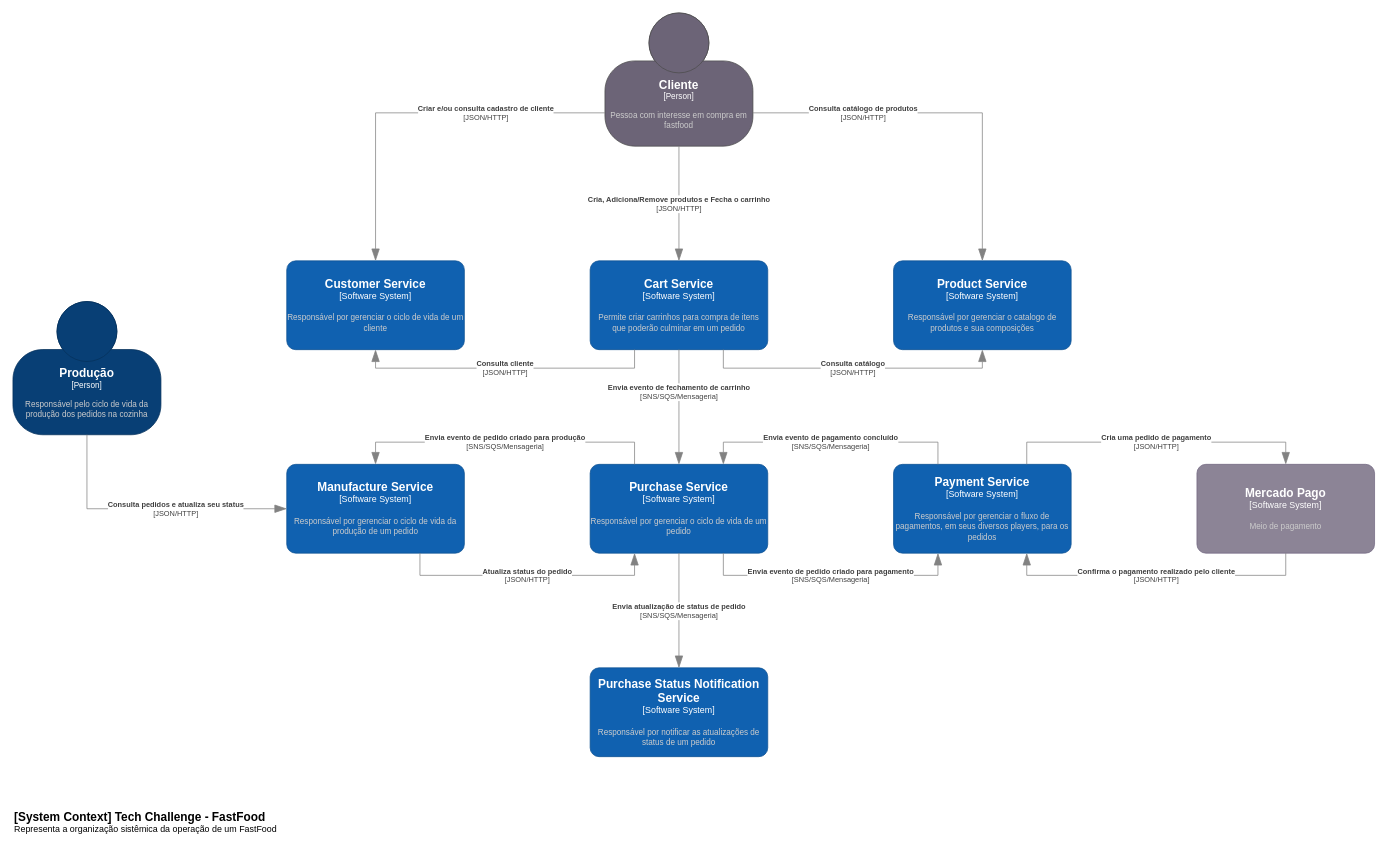
This is page "microservices-c1_saga" (10 of 23) of documentation/tech-challenge-architecture.drawio from fiap-postech/tech-chalenge, a draw.io file, before an edit. Source tidied: cells renumbered, new cells numbered last; positions are measured from the earlier drawing's top-left corner, leaving out a move shared by most shapes. Both pictures are drawn from the tidied source at 74%, with x=0, y=0 at pixel (13, 13).
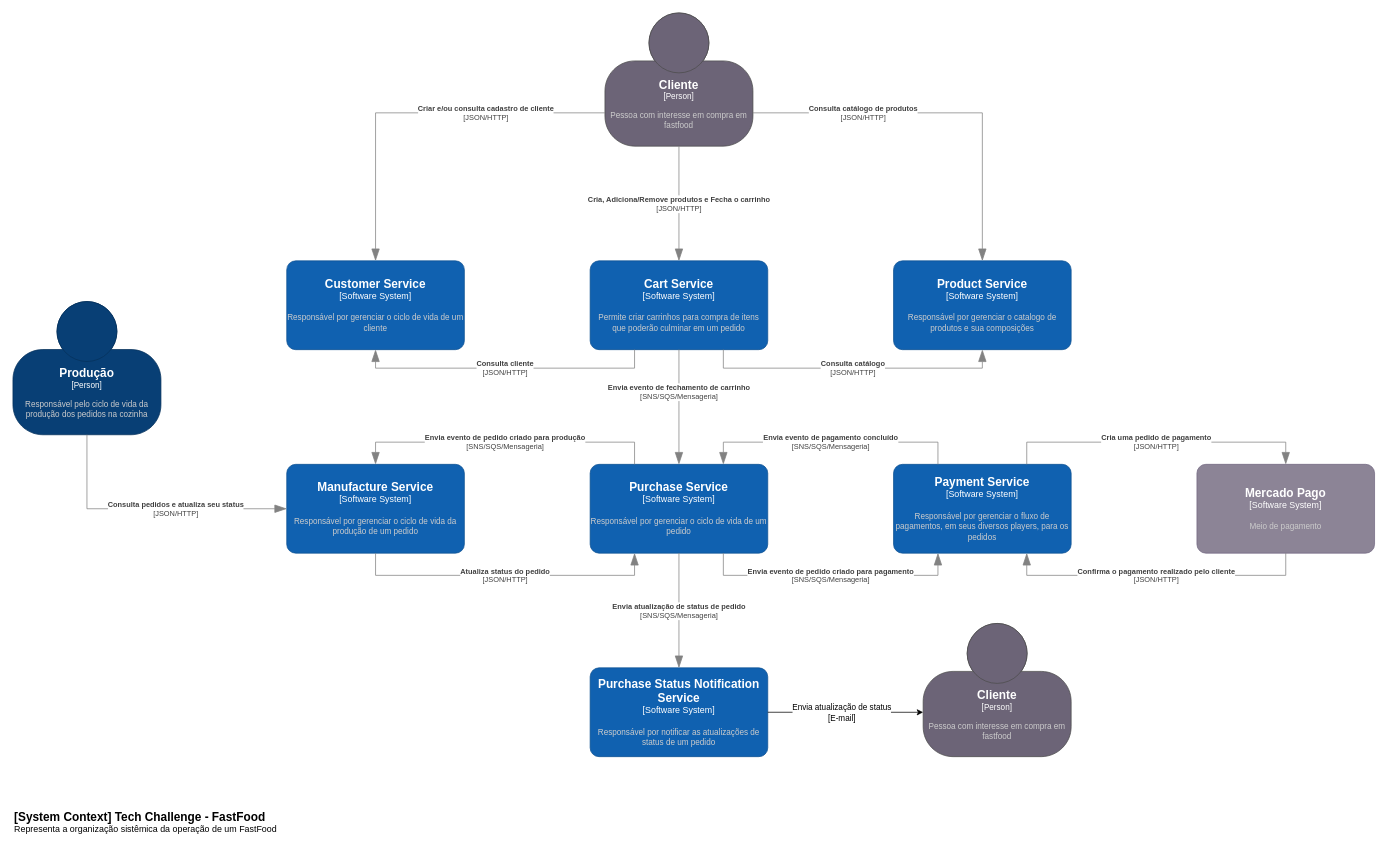
The same diagram, later.

The change refers to these unchanged cells:
```xml
<object id="7" label="&lt;font style=&quot;font-size: 16px&quot;&gt;&lt;b&gt;%c4Name%&lt;/b&gt;&lt;/font&gt;&lt;div&gt;[%c4Type%]&lt;/div&gt;&lt;br&gt;&lt;div&gt;&lt;font style=&quot;font-size: 11px&quot;&gt;&lt;font color=&quot;#cccccc&quot;&gt;%c4Description%&lt;/font&gt;&lt;/div&gt;" c4Description="Responsável por gerenciar o ciclo de vida de um pedido" c4Name="Purchase Service" c4Type="Software System" placeholders="1">
  <mxCell style="rounded=1;whiteSpace=wrap;html=1;labelBackgroundColor=none;fillColor=#1061B0;fontColor=#ffffff;align=center;arcSize=10;strokeColor=#0D5091;points=[[0.25,0,0],[0.5,0,0],[0.75,0,0],[1,0.25,0],[1,0.5,0],[1,0.75,0],[0.75,1,0],[0.5,1,0],[0.25,1,0],[0,0.75,0],[0,0.5,0],[0,0.25,0]];" parent="1" vertex="1">
    <mxGeometry x="780" y="610" width="240" height="120" as="geometry" />
  </mxCell>
</object>
<object id="10" label="&lt;font style=&quot;font-size: 16px&quot;&gt;&lt;b&gt;%c4Name%&lt;/b&gt;&lt;/font&gt;&lt;div&gt;[%c4Type%]&lt;/div&gt;&lt;br&gt;&lt;div&gt;&lt;font style=&quot;font-size: 11px&quot;&gt;&lt;font color=&quot;#cccccc&quot;&gt;%c4Description%&lt;/font&gt;&lt;/div&gt;" c4Description="Responsável por gerenciar o ciclo de vida da produção de um pedido" c4Name="Manufacture Service" c4Type="Software System" placeholders="1">
  <mxCell style="rounded=1;whiteSpace=wrap;html=1;labelBackgroundColor=none;fillColor=#1061B0;fontColor=#ffffff;align=center;arcSize=10;strokeColor=#0D5091;points=[[0.25,0,0],[0.5,0,0],[0.75,0,0],[1,0.25,0],[1,0.5,0],[1,0.75,0],[0.75,1,0],[0.5,1,0],[0.25,1,0],[0,0.75,0],[0,0.5,0],[0,0.25,0]];" parent="1" vertex="1">
    <mxGeometry x="370" y="610" width="240" height="120" as="geometry" />
  </mxCell>
</object>
<object id="24" label="&lt;font style=&quot;font-size: 16px&quot;&gt;&lt;b&gt;%c4Name%&lt;/b&gt;&lt;/font&gt;&lt;div&gt;[%c4Type%]&lt;/div&gt;&lt;br&gt;&lt;div&gt;&lt;font style=&quot;font-size: 11px&quot;&gt;&lt;font color=&quot;#cccccc&quot;&gt;%c4Description%&lt;/font&gt;&lt;/div&gt;" c4Description="Responsável por notificar as atualizações de status de um pedido" c4Name="Purchase Status Notification Service" c4Type="Software System" placeholders="1">
  <mxCell style="rounded=1;whiteSpace=wrap;html=1;labelBackgroundColor=none;fillColor=#1061B0;fontColor=#ffffff;align=center;arcSize=10;strokeColor=#0D5091;points=[[0.25,0,0],[0.5,0,0],[0.75,0,0],[1,0.25,0],[1,0.5,0],[1,0.75,0],[0.75,1,0],[0.5,1,0],[0.25,1,0],[0,0.75,0],[0,0.5,0],[0,0.25,0]];" parent="1" vertex="1">
    <mxGeometry x="780" y="885" width="240" height="120" as="geometry" />
  </mxCell>
</object>
```

What changed in the source:
```diff
@@
     <object id="19" label="&lt;div style=&quot;text-align: left&quot;&gt;&lt;div style=&quot;text-align: center&quot;&gt;&lt;b&gt;%c4Description%&lt;/b&gt;&lt;/div&gt;&lt;div style=&quot;text-align: center&quot;&gt;[%c4Technology%]&lt;/div&gt;&lt;/div&gt;" c4Description="Atualiza status do pedido" c4Technology="JSON/HTTP" placeholders="1">
-      <mxCell style="endArrow=blockThin;html=1;fontSize=10;fontColor=#404040;strokeWidth=1;endFill=1;strokeColor=#828282;elbow=vertical;endSize=14;startSize=14;jumpStyle=arc;jumpSize=16;rounded=0;edgeStyle=orthogonalEdgeStyle;entryX=0.25;entryY=1;entryDx=0;entryDy=0;entryPerimeter=0;exitX=0.75;exitY=1;exitDx=0;exitDy=0;exitPerimeter=0;" parent="1" edge="1" source="10" target="7">
+      <mxCell style="endArrow=blockThin;html=1;fontSize=10;fontColor=#404040;strokeWidth=1;endFill=1;strokeColor=#828282;elbow=vertical;endSize=14;startSize=14;jumpStyle=arc;jumpSize=16;rounded=0;edgeStyle=orthogonalEdgeStyle;entryX=0.25;entryY=1;entryDx=0;entryDy=0;entryPerimeter=0;" parent="1" edge="1" target="7">
         <mxGeometry relative="1" as="geometry">
+          <mxPoint x="490" y="730" as="sourcePoint" />
           <Array as="points">
-            <mxPoint x="550" y="760" />
+            <mxPoint x="490" y="730" />
+            <mxPoint x="490" y="760" />
             <mxPoint x="840" y="760" />
           </Array>
         </mxGeometry>
       </mxCell>
     </object>
@@
+    <object id="27" label="&lt;font style=&quot;font-size: 16px&quot;&gt;&lt;b&gt;%c4Name%&lt;/b&gt;&lt;/font&gt;&lt;div&gt;[%c4Type%]&lt;/div&gt;&lt;br&gt;&lt;div&gt;&lt;font style=&quot;font-size: 11px&quot;&gt;&lt;font color=&quot;#cccccc&quot;&gt;%c4Description%&lt;/font&gt;&lt;/div&gt;" c4Description="Pessoa com interesse em compra em fastfood" c4Name="Cliente" c4Type="Person" placeholders="1">
+      <mxCell style="html=1;fontSize=11;dashed=0;whiteSpace=wrap;fillColor=#6C6477;strokeColor=#4D4D4D;fontColor=#ffffff;shape=mxgraph.c4.person2;align=center;points=[[0.5,0,0],[1,0.5,0],[1,0.75,0],[0.75,1,0],[0.5,1,0],[0.25,1,0],[0,0.75,0],[0,0.5,0]];" parent="1" vertex="1">
+        <mxGeometry x="1230" y="825" width="200" height="180" as="geometry" />
+      </mxCell>
+    </object>
+    <mxCell id="28" style="edgeStyle=orthogonalEdgeStyle;rounded=0;jettySize=auto;html=1;entryX=0;entryY=0.667;entryDx=0;entryDy=0;entryPerimeter=0;" parent="1" edge="1" source="24" target="27">
+      <mxGeometry relative="1" as="geometry" />
+    </mxCell>
+    <mxCell id="29" value="Envia atualização de status&lt;br&gt;[E-mail]" style="edgeLabel;html=1;align=center;verticalAlign=middle;" parent="28" vertex="1">
+      <mxGeometry x="-0.06" y="-3" relative="1" as="geometry">
+        <mxPoint y="-3" as="offset" />
+      </mxGeometry>
+    </mxCell>
```
